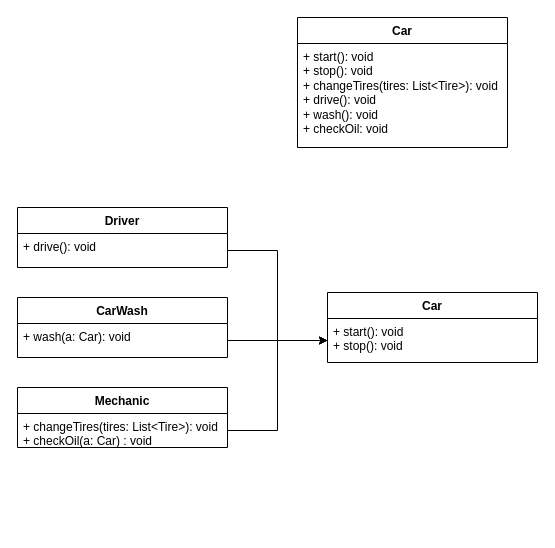
DePaulSE350/DesignPattern keeps this draw.io diagram as page "Page-2" (2 of 2) of Untitled Diagram.drawio. Above is the earlier version. Source tidied: cells renumbered, new cells numbered last; positions are measured from the earlier drawing's top-left corner, leaving out a move shared by most shapes. Both pictures are drawn from the tidied source at 100%, with x=0, y=0 at pixel (17, 17).
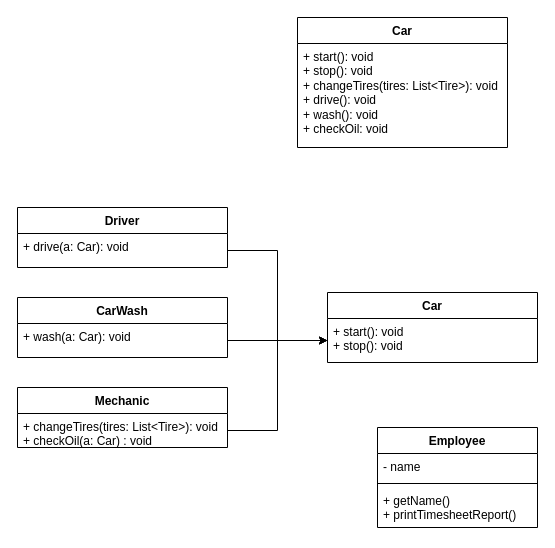
The same page after the edit.

What changed in the source:
```diff
@@
 <mxGraphModel>
   <root>
     <mxCell id="0" />
     <mxCell id="1" parent="0" />
     <mxCell id="2" value="Car" style="swimlane;fontStyle=1;align=center;verticalAlign=top;horizontal=1;startSize=26;whiteSpace=wrap;html=1;" parent="1" vertex="1">
       <mxGeometry x="280" width="210" height="130" as="geometry" />
     </mxCell>
     <mxCell id="3" value="+ start(): void&lt;br&gt;&lt;div&gt;+ stop(): void&lt;/div&gt;&lt;div&gt;+ changeTires(tires: List&amp;lt;Tire&amp;gt;): void&amp;nbsp;&lt;/div&gt;&lt;div&gt;+ drive(): void&lt;br&gt;&lt;/div&gt;&lt;div&gt;+ wash(): void&lt;/div&gt;&lt;div&gt;+ checkOil: void&lt;/div&gt;" style="text;strokeColor=none;fillColor=none;align=left;verticalAlign=top;spacingLeft=4;spacingRight=4;overflow=hidden;whiteSpace=wrap;html=1;" parent="2" vertex="1">
       <mxGeometry y="26" width="210" height="104" as="geometry" />
     </mxCell>
     <mxCell id="4" value="Car" style="swimlane;fontStyle=1;align=center;verticalAlign=top;horizontal=1;startSize=26;whiteSpace=wrap;html=1;" parent="1" vertex="1">
       <mxGeometry x="310" y="275" width="210" height="70" as="geometry" />
     </mxCell>
     <mxCell id="5" value="+ start(): void&lt;br&gt;&lt;div&gt;+ stop(): void&lt;/div&gt;&lt;div&gt;&lt;br&gt;&lt;/div&gt;" style="text;strokeColor=none;fillColor=none;align=left;verticalAlign=top;spacingLeft=4;spacingRight=4;overflow=hidden;points=[[0,0.5],[1,0.5]];portConstraint=eastwest;whiteSpace=wrap;html=1;" parent="4" vertex="1">
       <mxGeometry y="26" width="210" height="44" as="geometry" />
     </mxCell>
     <mxCell id="6" value="Driver" style="swimlane;fontStyle=1;align=center;verticalAlign=top;horizontal=1;startSize=26;whiteSpace=wrap;html=1;" parent="1" vertex="1">
       <mxGeometry y="190" width="210" height="60" as="geometry" />
     </mxCell>
-    <mxCell id="7" value="+ drive(): void" style="text;strokeColor=none;fillColor=none;align=left;verticalAlign=top;spacingLeft=4;spacingRight=4;overflow=hidden;points=[[0,0.5],[1,0.5]];portConstraint=eastwest;whiteSpace=wrap;html=1;" parent="6" vertex="1">
+    <mxCell id="7" value="+ drive(a: Car): void" style="text;strokeColor=none;fillColor=none;align=left;verticalAlign=top;spacingLeft=4;spacingRight=4;overflow=hidden;points=[[0,0.5],[1,0.5]];portConstraint=eastwest;whiteSpace=wrap;html=1;" parent="6" vertex="1">
       <mxGeometry y="26" width="210" height="34" as="geometry" />
     </mxCell>
     <mxCell id="8" value="CarWash" style="swimlane;fontStyle=1;align=center;verticalAlign=top;horizontal=1;startSize=26;whiteSpace=wrap;html=1;" parent="1" vertex="1">
       <mxGeometry y="280" width="210" height="60" as="geometry" />
     </mxCell>
     <mxCell id="9" value="&lt;div&gt;+ wash(a: Car): void&lt;/div&gt;" style="text;strokeColor=none;fillColor=none;align=left;verticalAlign=top;spacingLeft=4;spacingRight=4;overflow=hidden;points=[[0,0.5],[1,0.5]];portConstraint=eastwest;whiteSpace=wrap;html=1;" parent="8" vertex="1">
       <mxGeometry y="26" width="210" height="34" as="geometry" />
     </mxCell>
     <mxCell id="10" value="Mechanic" style="swimlane;fontStyle=1;align=center;verticalAlign=top;horizontal=1;startSize=26;whiteSpace=wrap;html=1;" parent="1" vertex="1">
       <mxGeometry y="370" width="210" height="60" as="geometry" />
     </mxCell>
     <mxCell id="11" value="+ changeTires(tires: List&amp;lt;Tire&amp;gt;): void&lt;br&gt;&lt;div&gt;+ checkOil(a: Car) : void&lt;/div&gt;" style="text;strokeColor=none;fillColor=none;align=left;verticalAlign=top;spacingLeft=4;spacingRight=4;overflow=hidden;points=[[0,0.5],[1,0.5]];portConstraint=eastwest;whiteSpace=wrap;html=1;" parent="10" vertex="1">
       <mxGeometry y="26" width="210" height="34" as="geometry" />
     </mxCell>
     <mxCell id="12" style="edgeStyle=orthogonalEdgeStyle;rounded=0;jettySize=auto;html=1;entryX=0;entryY=0.5;entryDx=0;entryDy=0;" parent="1" edge="1" source="9" target="5">
       <mxGeometry relative="1" as="geometry" />
     </mxCell>
     <mxCell id="13" style="edgeStyle=orthogonalEdgeStyle;rounded=0;jettySize=auto;html=1;entryX=0;entryY=0.5;entryDx=0;entryDy=0;" parent="1" edge="1" source="11" target="5">
       <mxGeometry relative="1" as="geometry" />
     </mxCell>
     <mxCell id="14" style="edgeStyle=orthogonalEdgeStyle;rounded=0;jettySize=auto;html=1;entryX=0;entryY=0.5;entryDx=0;entryDy=0;" parent="1" edge="1" source="7" target="5">
       <mxGeometry relative="1" as="geometry" />
     </mxCell>
+    <mxCell id="15" value="Employee" style="swimlane;fontStyle=1;align=center;verticalAlign=top;horizontal=1;startSize=26;whiteSpace=wrap;html=1;" parent="1" vertex="1">
+      <mxGeometry x="360" y="410" width="160" height="100" as="geometry" />
+    </mxCell>
+    <mxCell id="16" value="- name" style="text;strokeColor=none;fillColor=none;align=left;verticalAlign=top;spacingLeft=4;spacingRight=4;overflow=hidden;whiteSpace=wrap;html=1;" parent="15" vertex="1">
+      <mxGeometry y="26" width="160" height="26" as="geometry" />
+    </mxCell>
+    <mxCell id="17" style="line;strokeWidth=1;fillColor=none;align=left;verticalAlign=middle;spacingTop=-1;spacingLeft=3;spacingRight=3;labelPosition=right;strokeColor=inherit;" parent="15" vertex="1">
+      <mxGeometry y="52" width="160" height="8" as="geometry" />
+    </mxCell>
+    <mxCell id="18" value="+ getName()&lt;div&gt;+ printTimesheetReport()&lt;/div&gt;" style="text;strokeColor=none;fillColor=none;align=left;verticalAlign=top;spacingLeft=4;spacingRight=4;overflow=hidden;whiteSpace=wrap;html=1;" parent="15" vertex="1">
+      <mxGeometry y="60" width="160" height="40" as="geometry" />
+    </mxCell>
   </root>
 </mxGraphModel>
```
